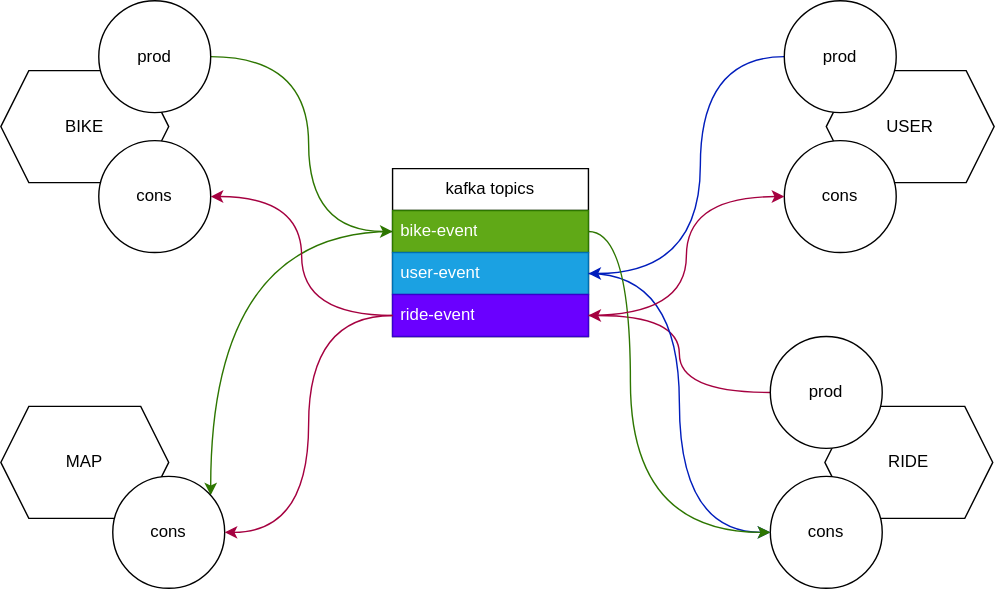
The draw.io diagram asciidoc/src/resources/svg/p-1-topic.svg in TonelliLuca/SAP-ass-03, before a commit. Source tidied: cells renumbered, new cells last; positions are measured from the earlier drawing's top-left corner, leaving out a move shared by most shapes. Its diagram source:
```xml
<mxGraphModel>
  <root>
    <mxCell id="0" />
    <mxCell id="1" parent="0" />
    <mxCell id="2" value="BIKE" style="shape=hexagon;perimeter=hexagonPerimeter2;whiteSpace=wrap;html=1;fixedSize=1;" parent="1" vertex="1">
      <mxGeometry y="50" width="120" height="80" as="geometry" />
    </mxCell>
    <mxCell id="3" value="RIDE" style="shape=hexagon;perimeter=hexagonPerimeter2;whiteSpace=wrap;html=1;fixedSize=1;" parent="1" vertex="1">
      <mxGeometry x="589" y="290" width="120" height="80" as="geometry" />
    </mxCell>
    <mxCell id="4" value="MAP" style="shape=hexagon;perimeter=hexagonPerimeter2;whiteSpace=wrap;html=1;fixedSize=1;" parent="1" vertex="1">
      <mxGeometry y="290" width="120" height="80" as="geometry" />
    </mxCell>
    <mxCell id="5" value="USER" style="shape=hexagon;perimeter=hexagonPerimeter2;whiteSpace=wrap;html=1;fixedSize=1;" parent="1" vertex="1">
      <mxGeometry x="590" y="50" width="120" height="80" as="geometry" />
    </mxCell>
    <mxCell id="6" value="cons" style="ellipse;whiteSpace=wrap;html=1;" parent="1" vertex="1">
      <mxGeometry x="70" y="100" width="80" height="80" as="geometry" />
    </mxCell>
    <mxCell id="7" style="edgeStyle=orthogonalEdgeStyle;rounded=0;jettySize=auto;html=1;curved=1;entryX=0;entryY=0.5;entryDx=0;entryDy=0;fillColor=#60a917;strokeColor=#2D7600;" parent="1" edge="1" source="8" target="18">
      <mxGeometry relative="1" as="geometry">
        <Array as="points">
          <mxPoint x="220" y="40" />
          <mxPoint x="220" y="165" />
        </Array>
      </mxGeometry>
    </mxCell>
    <mxCell id="8" value="prod" style="ellipse;whiteSpace=wrap;html=1;" parent="1" vertex="1">
      <mxGeometry x="70" width="80" height="80" as="geometry" />
    </mxCell>
    <mxCell id="9" value="cons" style="ellipse;whiteSpace=wrap;html=1;" parent="1" vertex="1">
      <mxGeometry x="560" y="100" width="80" height="80" as="geometry" />
    </mxCell>
    <mxCell id="10" style="edgeStyle=orthogonalEdgeStyle;rounded=0;jettySize=auto;html=1;curved=1;fillColor=#0050ef;strokeColor=#001DBC;" parent="1" edge="1" source="11" target="19">
      <mxGeometry relative="1" as="geometry">
        <Array as="points">
          <mxPoint x="500" y="40" />
          <mxPoint x="500" y="195" />
        </Array>
      </mxGeometry>
    </mxCell>
    <mxCell id="11" value="prod" style="ellipse;whiteSpace=wrap;html=1;" parent="1" vertex="1">
      <mxGeometry x="560" width="80" height="80" as="geometry" />
    </mxCell>
    <mxCell id="12" style="edgeStyle=orthogonalEdgeStyle;rounded=0;jettySize=auto;html=1;curved=1;fillColor=#d80073;strokeColor=#A50040;" parent="1" edge="1" source="13" target="20">
      <mxGeometry relative="1" as="geometry" />
    </mxCell>
    <mxCell id="13" value="prod" style="ellipse;whiteSpace=wrap;html=1;" parent="1" vertex="1">
      <mxGeometry x="550" y="240" width="80" height="80" as="geometry" />
    </mxCell>
    <mxCell id="14" value="cons" style="ellipse;whiteSpace=wrap;html=1;" parent="1" vertex="1">
      <mxGeometry x="550" y="340" width="80" height="80" as="geometry" />
    </mxCell>
    <mxCell id="15" style="edgeStyle=orthogonalEdgeStyle;rounded=0;jettySize=auto;html=1;curved=1;startArrow=classic;startFill=1;endArrow=none;fillColor=#60a917;strokeColor=#2D7600;" parent="1" edge="1" source="16" target="18">
      <mxGeometry relative="1" as="geometry">
        <Array as="points">
          <mxPoint x="150" y="165" />
        </Array>
      </mxGeometry>
    </mxCell>
    <mxCell id="16" value="cons" style="ellipse;whiteSpace=wrap;html=1;" parent="1" vertex="1">
      <mxGeometry x="80" y="340" width="80" height="80" as="geometry" />
    </mxCell>
    <mxCell id="17" value="kafka topics" style="swimlane;fontStyle=0;horizontal=1;startSize=30;whiteSpace=wrap;html=1;" parent="1" vertex="1">
      <mxGeometry x="280" y="120" width="140" height="120" as="geometry" />
    </mxCell>
    <mxCell id="18" value="bike-event" style="text;strokeColor=#2D7600;fillColor=#60a917;align=left;verticalAlign=middle;spacingLeft=4;spacingRight=4;overflow=hidden;points=[[0,0.5],[1,0.5]];portConstraint=eastwest;whiteSpace=wrap;html=1;fontColor=#ffffff;" parent="17" vertex="1">
      <mxGeometry y="30" width="140" height="30" as="geometry" />
    </mxCell>
    <mxCell id="19" value="user-event" style="text;strokeColor=#006EAF;fillColor=#1ba1e2;align=left;verticalAlign=middle;spacingLeft=4;spacingRight=4;overflow=hidden;points=[[0,0.5],[1,0.5]];portConstraint=eastwest;whiteSpace=wrap;html=1;fontColor=#ffffff;" parent="17" vertex="1">
      <mxGeometry y="60" width="140" height="30" as="geometry" />
    </mxCell>
    <mxCell id="20" value="ride-event" style="text;strokeColor=#3700CC;fillColor=#6a00ff;align=left;verticalAlign=middle;spacingLeft=4;spacingRight=4;overflow=hidden;points=[[0,0.5],[1,0.5]];portConstraint=eastwest;whiteSpace=wrap;html=1;fontColor=#ffffff;" parent="17" vertex="1">
      <mxGeometry y="90" width="140" height="30" as="geometry" />
    </mxCell>
    <mxCell id="21" style="edgeStyle=orthogonalEdgeStyle;rounded=0;jettySize=auto;html=1;entryX=0;entryY=0.5;entryDx=0;entryDy=0;curved=1;fillColor=#0050ef;strokeColor=#001DBC;" parent="1" edge="1" source="19" target="14">
      <mxGeometry relative="1" as="geometry" />
    </mxCell>
    <mxCell id="22" style="edgeStyle=orthogonalEdgeStyle;rounded=0;jettySize=auto;html=1;entryX=0;entryY=0.5;entryDx=0;entryDy=0;curved=1;fillColor=#60a917;strokeColor=#2D7600;" parent="1" edge="1" source="18" target="14">
      <mxGeometry relative="1" as="geometry">
        <Array as="points">
          <mxPoint x="450" y="165" />
          <mxPoint x="450" y="380" />
        </Array>
      </mxGeometry>
    </mxCell>
    <mxCell id="23" style="edgeStyle=orthogonalEdgeStyle;rounded=0;jettySize=auto;html=1;entryX=1;entryY=0.5;entryDx=0;entryDy=0;curved=1;fillColor=#d80073;strokeColor=#A50040;" parent="1" edge="1" source="20" target="16">
      <mxGeometry relative="1" as="geometry" />
    </mxCell>
    <mxCell id="24" style="edgeStyle=orthogonalEdgeStyle;rounded=0;jettySize=auto;html=1;entryX=1;entryY=0.5;entryDx=0;entryDy=0;curved=1;fillColor=#d80073;strokeColor=#A50040;" parent="1" edge="1" source="20" target="6">
      <mxGeometry relative="1" as="geometry" />
    </mxCell>
    <mxCell id="25" style="edgeStyle=orthogonalEdgeStyle;rounded=0;jettySize=auto;html=1;entryX=0;entryY=0.5;entryDx=0;entryDy=0;curved=1;fillColor=#d80073;strokeColor=#A50040;" parent="1" edge="1" source="20" target="9">
      <mxGeometry relative="1" as="geometry" />
    </mxCell>
  </root>
</mxGraphModel>
```
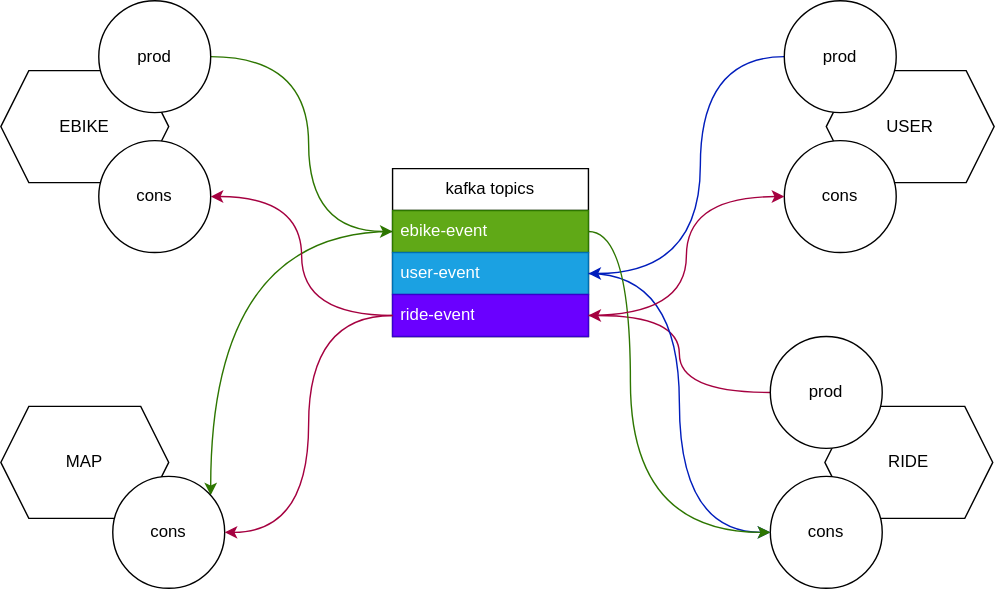
After the change.

Commit message:
:memo: docs: update topic graphs

The edit, as a diff of the source:
```diff
@@ -2,7 +2,7 @@
   <root>
     <mxCell id="0" />
     <mxCell id="1" parent="0" />
-    <mxCell id="2" value="BIKE" style="shape=hexagon;perimeter=hexagonPerimeter2;whiteSpace=wrap;html=1;fixedSize=1;" parent="1" vertex="1">
+    <mxCell id="2" value="EBIKE" style="shape=hexagon;perimeter=hexagonPerimeter2;whiteSpace=wrap;html=1;fixedSize=1;" parent="1" vertex="1">
       <mxGeometry y="50" width="120" height="80" as="geometry" />
     </mxCell>
     <mxCell id="3" value="RIDE" style="shape=hexagon;perimeter=hexagonPerimeter2;whiteSpace=wrap;html=1;fixedSize=1;" parent="1" vertex="1">
@@ -64,7 +64,7 @@
     <mxCell id="17" value="kafka topics" style="swimlane;fontStyle=0;horizontal=1;startSize=30;whiteSpace=wrap;html=1;" parent="1" vertex="1">
       <mxGeometry x="280" y="120" width="140" height="120" as="geometry" />
     </mxCell>
-    <mxCell id="18" value="bike-event" style="text;strokeColor=#2D7600;fillColor=#60a917;align=left;verticalAlign=middle;spacingLeft=4;spacingRight=4;overflow=hidden;points=[[0,0.5],[1,0.5]];portConstraint=eastwest;whiteSpace=wrap;html=1;fontColor=#ffffff;" parent="17" vertex="1">
+    <mxCell id="18" value="ebike-event" style="text;strokeColor=#2D7600;fillColor=#60a917;align=left;verticalAlign=middle;spacingLeft=4;spacingRight=4;overflow=hidden;points=[[0,0.5],[1,0.5]];portConstraint=eastwest;whiteSpace=wrap;html=1;fontColor=#ffffff;" parent="17" vertex="1">
       <mxGeometry y="30" width="140" height="30" as="geometry" />
     </mxCell>
     <mxCell id="19" value="user-event" style="text;strokeColor=#006EAF;fillColor=#1ba1e2;align=left;verticalAlign=middle;spacingLeft=4;spacingRight=4;overflow=hidden;points=[[0,0.5],[1,0.5]];portConstraint=eastwest;whiteSpace=wrap;html=1;fontColor=#ffffff;" parent="17" vertex="1">
```
